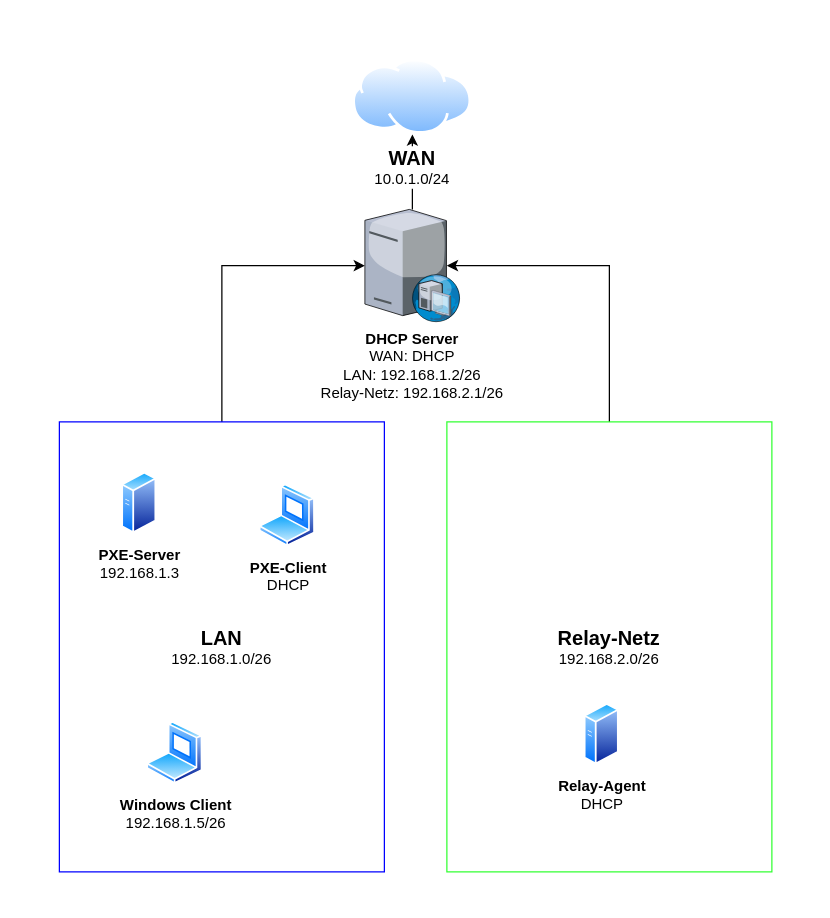
Earlier version of the draw.io diagram docs/drawio/plan.drawio (Sephley/docs). Source tidied: cells renumbered, new cells numbered last; positions are measured from the earlier drawing's top-left corner, leaving out a move shared by most shapes. Both pictures are drawn from the tidied source at 125%, with x=0, y=0 at pixel (21, 21).
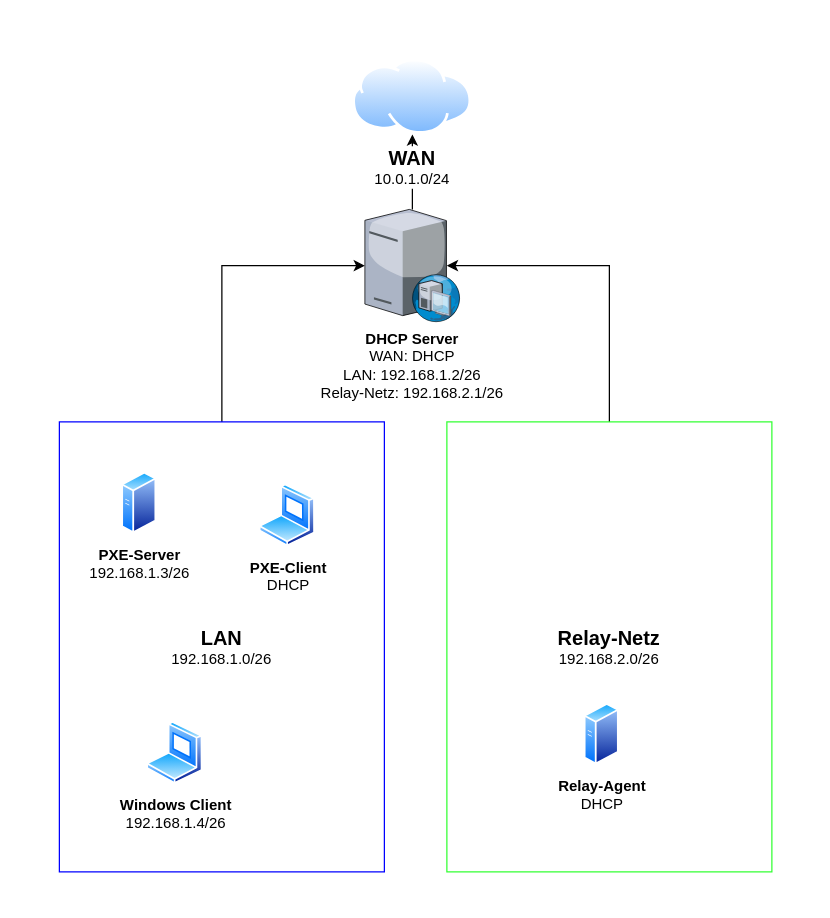
After the change.

What changed in the source:
```diff
@@
 <mxGraphModel>
   <root>
     <mxCell id="0" />
     <mxCell id="1" parent="0" />
     <mxCell id="2" style="rounded=0;whiteSpace=wrap;html=1;strokeColor=none;" parent="1" vertex="1">
       <mxGeometry width="630" height="700" as="geometry" />
     </mxCell>
     <mxCell id="3" style="edgeStyle=orthogonalEdgeStyle;rounded=0;jettySize=auto;html=1;" parent="1" edge="1" source="4" target="6">
       <mxGeometry relative="1" as="geometry">
         <Array as="points">
           <mxPoint x="160" y="195" />
         </Array>
       </mxGeometry>
     </mxCell>
     <mxCell id="4" value="&lt;font size=&quot;1&quot; style=&quot;&quot;&gt;&lt;b style=&quot;font-size: 16px;&quot;&gt;LAN&lt;/b&gt;&lt;/font&gt;&lt;div&gt;192.168.1.0/26&lt;/div&gt;" style="rounded=0;whiteSpace=wrap;html=1;strokeColor=#0000FF;fillColor=none;" parent="1" vertex="1">
       <mxGeometry x="30" y="320" width="260" height="360" as="geometry" />
     </mxCell>
     <mxCell id="5" style="edgeStyle=orthogonalEdgeStyle;rounded=0;jettySize=auto;html=1;" parent="1" edge="1" source="6" target="9">
       <mxGeometry relative="1" as="geometry" />
     </mxCell>
     <mxCell id="6" value="&lt;b&gt;DHCP Server&lt;/b&gt;&lt;div&gt;WAN: DHCP&lt;/div&gt;&lt;div&gt;LAN: 192.168.1.2/26&lt;/div&gt;&lt;div&gt;Relay-Netz: 192.168.2.1/26&lt;/div&gt;" style="verticalLabelPosition=bottom;sketch=0;html=1;verticalAlign=top;strokeColor=none;align=center;outlineConnect=0;shape=mxgraph.citrix.dhcp_server;" parent="1" vertex="1">
       <mxGeometry x="274.4" y="150" width="76" height="90" as="geometry" />
     </mxCell>
-    <mxCell id="7" value="&lt;b&gt;Windows Client&lt;/b&gt;&lt;br&gt;192.168.1.5/26" style="image;perimeter=ellipsePerimeter;html=1;align=center;shadow=0;dashed=0;spacingTop=3;image=img/lib/active_directory/laptop_client.svg;" parent="1" vertex="1">
+    <mxCell id="7" value="&lt;b&gt;Windows Client&lt;/b&gt;&lt;br&gt;192.168.1.4/26" style="image;perimeter=ellipsePerimeter;html=1;align=center;shadow=0;dashed=0;spacingTop=3;image=img/lib/active_directory/laptop_client.svg;" parent="1" vertex="1">
       <mxGeometry x="100" y="560" width="45" height="50" as="geometry" />
     </mxCell>
-    <mxCell id="8" value="&lt;b&gt;PXE-Server&lt;/b&gt;&lt;div&gt;192.168.1.3&lt;/div&gt;" style="image;perimeter=ellipsePerimeter;html=1;align=center;shadow=0;dashed=0;spacingTop=3;image=img/lib/active_directory/generic_server.svg;" parent="1" vertex="1">
+    <mxCell id="8" value="&lt;b&gt;PXE-Server&lt;/b&gt;&lt;div&gt;192.168.1.3/26&lt;/div&gt;" style="image;perimeter=ellipsePerimeter;html=1;align=center;shadow=0;dashed=0;spacingTop=3;image=img/lib/active_directory/generic_server.svg;" parent="1" vertex="1">
       <mxGeometry x="80" y="360" width="28" height="50" as="geometry" />
     </mxCell>
     <mxCell id="9" value="&lt;b&gt;&lt;font style=&quot;font-size: 16px;&quot;&gt;WAN&lt;/font&gt;&lt;/b&gt;&lt;div&gt;10.0.1.0/24&lt;/div&gt;" style="image;perimeter=ellipsePerimeter;html=1;align=center;shadow=0;dashed=0;spacingTop=3;image=img/lib/active_directory/internet_cloud.svg;" parent="1" vertex="1">
       <mxGeometry x="264.8" y="30" width="95.2" height="60" as="geometry" />
     </mxCell>
     <mxCell id="10" value="&lt;b&gt;PXE-Client&lt;/b&gt;&lt;div&gt;DHCP&lt;/div&gt;" style="image;perimeter=ellipsePerimeter;html=1;align=center;shadow=0;dashed=0;spacingTop=3;image=img/lib/active_directory/laptop_client.svg;" parent="1" vertex="1">
       <mxGeometry x="190" y="370" width="45" height="50" as="geometry" />
     </mxCell>
     <mxCell id="11" style="edgeStyle=orthogonalEdgeStyle;rounded=0;jettySize=auto;html=1;entryX=0.863;entryY=0.5;entryDx=0;entryDy=0;entryPerimeter=0;" parent="1" edge="1" source="12" target="6">
       <mxGeometry relative="1" as="geometry">
         <Array as="points">
           <mxPoint x="470" y="195" />
         </Array>
       </mxGeometry>
     </mxCell>
     <mxCell id="12" value="&lt;b style=&quot;&quot;&gt;&lt;font style=&quot;font-size: 16px;&quot;&gt;Relay-Netz&lt;/font&gt;&lt;/b&gt;&lt;br&gt;&lt;div&gt;192.168.2.0/26&lt;/div&gt;" style="rounded=0;whiteSpace=wrap;html=1;strokeColor=#33FF33;fillColor=none;" parent="1" vertex="1">
       <mxGeometry x="340" y="320" width="260" height="360" as="geometry" />
     </mxCell>
     <mxCell id="13" value="&lt;b&gt;Relay-Agent&lt;/b&gt;&lt;div&gt;DHCP&lt;/div&gt;" style="image;perimeter=ellipsePerimeter;html=1;align=center;shadow=0;dashed=0;spacingTop=3;image=img/lib/active_directory/generic_server.svg;" parent="1" vertex="1">
       <mxGeometry x="450" y="545" width="28" height="50" as="geometry" />
     </mxCell>
   </root>
 </mxGraphModel>
```
